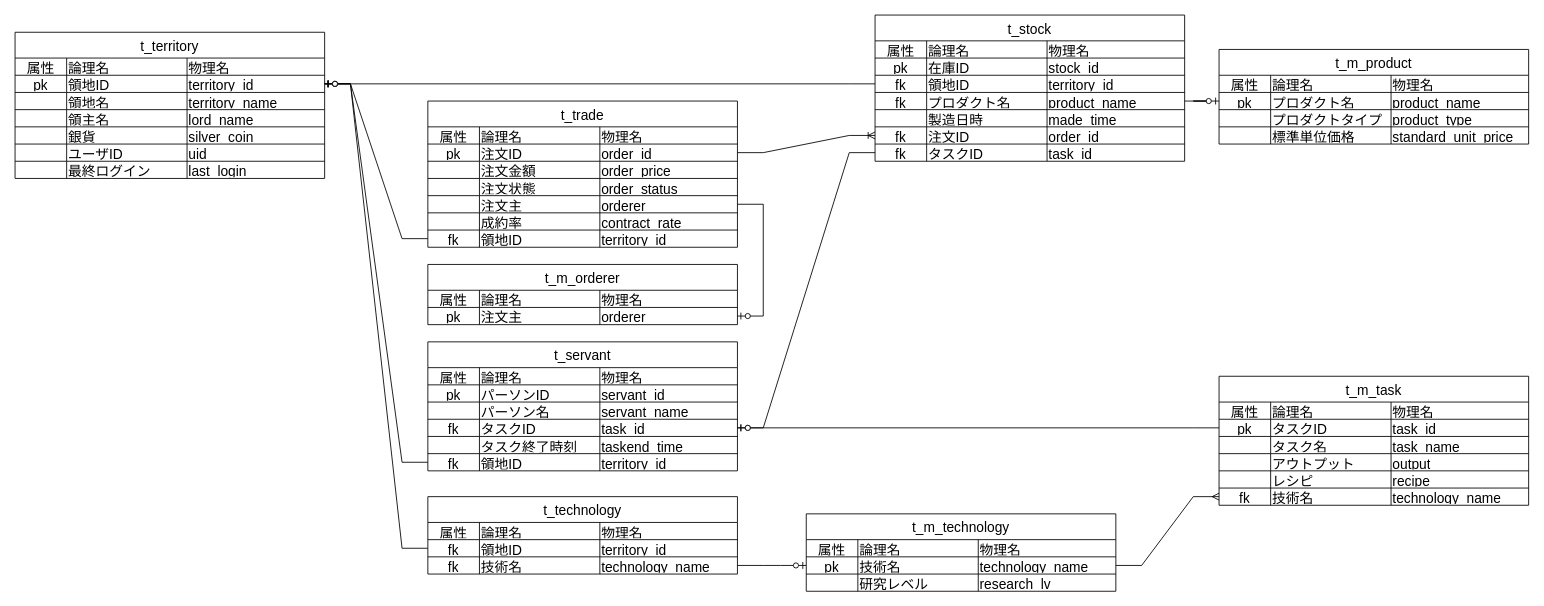
T-Miyaoka/geeklog keeps this draw.io diagram as page "ER" (1 of 4) of table.drawio. Above is the earlier version. Source tidied: cells renumbered, new cells numbered last; positions are measured from the earlier drawing's top-left corner, leaving out a move shared by most shapes. Both pictures are drawn from the tidied source at 86%, with x=0, y=0 at pixel (15, 15).
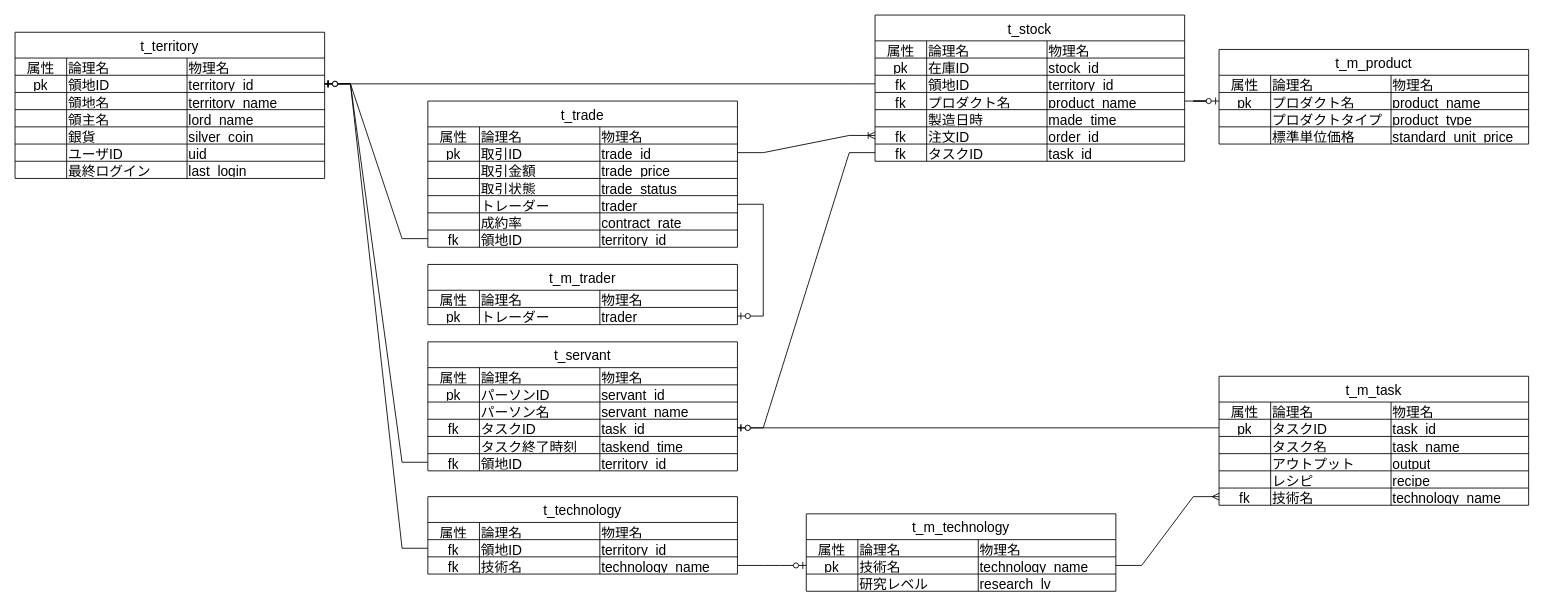
Above is the later version.

Unchanged cells that the change refers to:
```xml
<mxCell id="165" style="shape=tableRow;horizontal=0;startSize=0;swimlaneHead=0;swimlaneBody=0;strokeColor=inherit;top=0;left=0;bottom=0;right=0;fillColor=none;points=[[0,0.5],[1,0.5]];portConstraint=eastwest;fontSize=16;" parent="160" vertex="1">
  <mxGeometry y="50" width="360" height="20" as="geometry" />
</mxCell>
<mxCell id="169" style="shape=tableRow;horizontal=0;startSize=0;swimlaneHead=0;swimlaneBody=0;strokeColor=inherit;top=0;left=0;bottom=0;right=0;fillColor=none;fontSize=16;" parent="160" vertex="1">
  <mxGeometry y="70" width="360" height="20" as="geometry" />
</mxCell>
<mxCell id="173" style="shape=tableRow;horizontal=0;startSize=0;swimlaneHead=0;swimlaneBody=0;strokeColor=inherit;top=0;left=0;bottom=0;right=0;fillColor=none;fontSize=16;" parent="160" vertex="1">
  <mxGeometry y="90" width="360" height="20" as="geometry" />
</mxCell>
<mxCell id="177" style="shape=tableRow;horizontal=0;startSize=0;swimlaneHead=0;swimlaneBody=0;strokeColor=inherit;top=0;left=0;bottom=0;right=0;fillColor=none;points=[[0,0.5],[1,0.5]];portConstraint=eastwest;fontSize=16;" parent="160" vertex="1">
  <mxGeometry y="110" width="360" height="20" as="geometry" />
</mxCell>
<mxCell id="195" style="shape=tableRow;horizontal=0;startSize=0;swimlaneHead=0;swimlaneBody=0;strokeColor=inherit;top=0;left=0;bottom=0;right=0;fillColor=none;points=[[0,0.5],[1,0.5]];portConstraint=eastwest;fontSize=16;" parent="190" vertex="1">
  <mxGeometry y="50" width="360" height="20" as="geometry" />
</mxCell>
```

Change to the diagram source:
```diff
@@
-    <mxCell id="167" value="注文ID" style="shape=partialRectangle;html=1;whiteSpace=wrap;strokeColor=inherit;overflow=hidden;fillColor=none;top=0;left=0;bottom=0;right=0;fontSize=16;align=left;" parent="165" vertex="1">
+    <mxCell id="167" value="取引ID" style="shape=partialRectangle;html=1;whiteSpace=wrap;strokeColor=inherit;overflow=hidden;fillColor=none;top=0;left=0;bottom=0;right=0;fontSize=16;align=left;" parent="165" vertex="1">
       <mxGeometry x="60" width="140" height="20" as="geometry" />
     </mxCell>
-    <mxCell id="168" value="order_id" style="shape=partialRectangle;html=1;whiteSpace=wrap;strokeColor=inherit;overflow=hidden;fillColor=none;top=0;left=0;bottom=0;right=0;fontSize=16;align=left;" parent="165" vertex="1">
+    <mxCell id="168" value="trade_id" style="shape=partialRectangle;html=1;whiteSpace=wrap;strokeColor=inherit;overflow=hidden;fillColor=none;top=0;left=0;bottom=0;right=0;fontSize=16;align=left;" parent="165" vertex="1">
       <mxGeometry x="200" width="160" height="20" as="geometry" />
     </mxCell>
@@
-    <mxCell id="171" value="注文金額" style="shape=partialRectangle;html=1;whiteSpace=wrap;strokeColor=inherit;overflow=hidden;fillColor=none;top=0;left=0;bottom=0;right=0;fontSize=16;align=left;" parent="169" vertex="1">
+    <mxCell id="171" value="取引金額" style="shape=partialRectangle;html=1;whiteSpace=wrap;strokeColor=inherit;overflow=hidden;fillColor=none;top=0;left=0;bottom=0;right=0;fontSize=16;align=left;" parent="169" vertex="1">
       <mxGeometry x="60" width="140" height="20" as="geometry" />
     </mxCell>
-    <mxCell id="172" value="order_price" style="shape=partialRectangle;html=1;whiteSpace=wrap;strokeColor=inherit;overflow=hidden;fillColor=none;top=0;left=0;bottom=0;right=0;fontSize=16;align=left;" parent="169" vertex="1">
+    <mxCell id="172" value="trade_price" style="shape=partialRectangle;html=1;whiteSpace=wrap;strokeColor=inherit;overflow=hidden;fillColor=none;top=0;left=0;bottom=0;right=0;fontSize=16;align=left;" parent="169" vertex="1">
       <mxGeometry x="200" width="160" height="20" as="geometry" />
     </mxCell>
@@
-    <mxCell id="175" value="注文状態" style="shape=partialRectangle;html=1;whiteSpace=wrap;strokeColor=inherit;overflow=hidden;fillColor=none;top=0;left=0;bottom=0;right=0;fontSize=16;align=left;" parent="173" vertex="1">
+    <mxCell id="175" value="取引状態" style="shape=partialRectangle;html=1;whiteSpace=wrap;strokeColor=inherit;overflow=hidden;fillColor=none;top=0;left=0;bottom=0;right=0;fontSize=16;align=left;" parent="173" vertex="1">
       <mxGeometry x="60" width="140" height="20" as="geometry" />
     </mxCell>
-    <mxCell id="176" value="order_status" style="shape=partialRectangle;html=1;whiteSpace=wrap;strokeColor=inherit;overflow=hidden;fillColor=none;top=0;left=0;bottom=0;right=0;fontSize=16;align=left;" parent="173" vertex="1">
+    <mxCell id="176" value="trade_status" style="shape=partialRectangle;html=1;whiteSpace=wrap;strokeColor=inherit;overflow=hidden;fillColor=none;top=0;left=0;bottom=0;right=0;fontSize=16;align=left;" parent="173" vertex="1">
       <mxGeometry x="200" width="160" height="20" as="geometry" />
     </mxCell>
@@
-    <mxCell id="179" value="注文主" style="shape=partialRectangle;html=1;whiteSpace=wrap;strokeColor=inherit;overflow=hidden;fillColor=none;top=0;left=0;bottom=0;right=0;fontSize=16;align=left;" parent="177" vertex="1">
+    <mxCell id="179" value="トレーダー" style="shape=partialRectangle;html=1;whiteSpace=wrap;strokeColor=inherit;overflow=hidden;fillColor=none;top=0;left=0;bottom=0;right=0;fontSize=16;align=left;" parent="177" vertex="1">
       <mxGeometry x="60" width="140" height="20" as="geometry" />
     </mxCell>
-    <mxCell id="180" value="orderer" style="shape=partialRectangle;html=1;whiteSpace=wrap;strokeColor=inherit;overflow=hidden;fillColor=none;top=0;left=0;bottom=0;right=0;fontSize=16;align=left;" parent="177" vertex="1">
+    <mxCell id="180" value="trader" style="shape=partialRectangle;html=1;whiteSpace=wrap;strokeColor=inherit;overflow=hidden;fillColor=none;top=0;left=0;bottom=0;right=0;fontSize=16;align=left;" parent="177" vertex="1">
       <mxGeometry x="200" width="160" height="20" as="geometry" />
     </mxCell>
@@
-    <mxCell id="190" value="t_m_orderer" style="shape=table;startSize=30;childLayout=tableLayout;strokeColor=default;fontSize=16;align=center;" parent="1" vertex="1">
+    <mxCell id="190" value="t_m_trader" style="shape=table;startSize=30;childLayout=tableLayout;strokeColor=default;fontSize=16;align=center;" parent="1" vertex="1">
       <mxGeometry x="480" y="290" width="360" height="70" as="geometry" />
     </mxCell>
@@
-    <mxCell id="197" value="注文主" style="shape=partialRectangle;html=1;whiteSpace=wrap;strokeColor=inherit;overflow=hidden;fillColor=none;top=0;left=0;bottom=0;right=0;fontSize=16;align=left;" parent="195" vertex="1">
+    <mxCell id="197" value="トレーダー" style="shape=partialRectangle;html=1;whiteSpace=wrap;strokeColor=inherit;overflow=hidden;fillColor=none;top=0;left=0;bottom=0;right=0;fontSize=16;align=left;" parent="195" vertex="1">
       <mxGeometry x="60" width="140" height="20" as="geometry" />
     </mxCell>
-    <mxCell id="198" value="orderer" style="shape=partialRectangle;html=1;whiteSpace=wrap;strokeColor=inherit;overflow=hidden;fillColor=none;top=0;left=0;bottom=0;right=0;fontSize=16;align=left;" parent="195" vertex="1">
+    <mxCell id="198" value="trader" style="shape=partialRectangle;html=1;whiteSpace=wrap;strokeColor=inherit;overflow=hidden;fillColor=none;top=0;left=0;bottom=0;right=0;fontSize=16;align=left;" parent="195" vertex="1">
       <mxGeometry x="200" width="160" height="20" as="geometry" />
     </mxCell>
```
